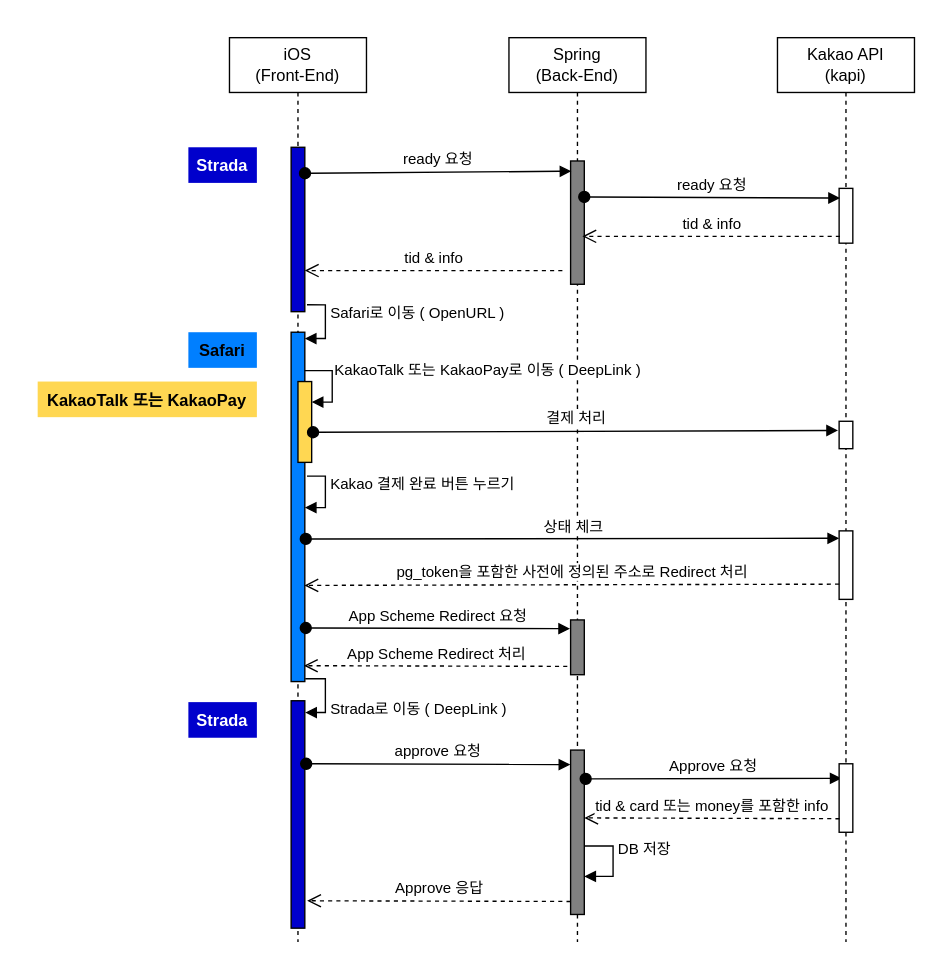
Above: assets/KakaoPay API.drawio in Coffee-Street/Document (draw.io), before the change. Source tidied: cells renumbered, new cells numbered last; positions are measured from the earlier drawing's top-left corner, leaving out a move shared by most shapes. Both pictures are drawn from the tidied source at 137%, with x=0, y=0 at pixel (37, 37).
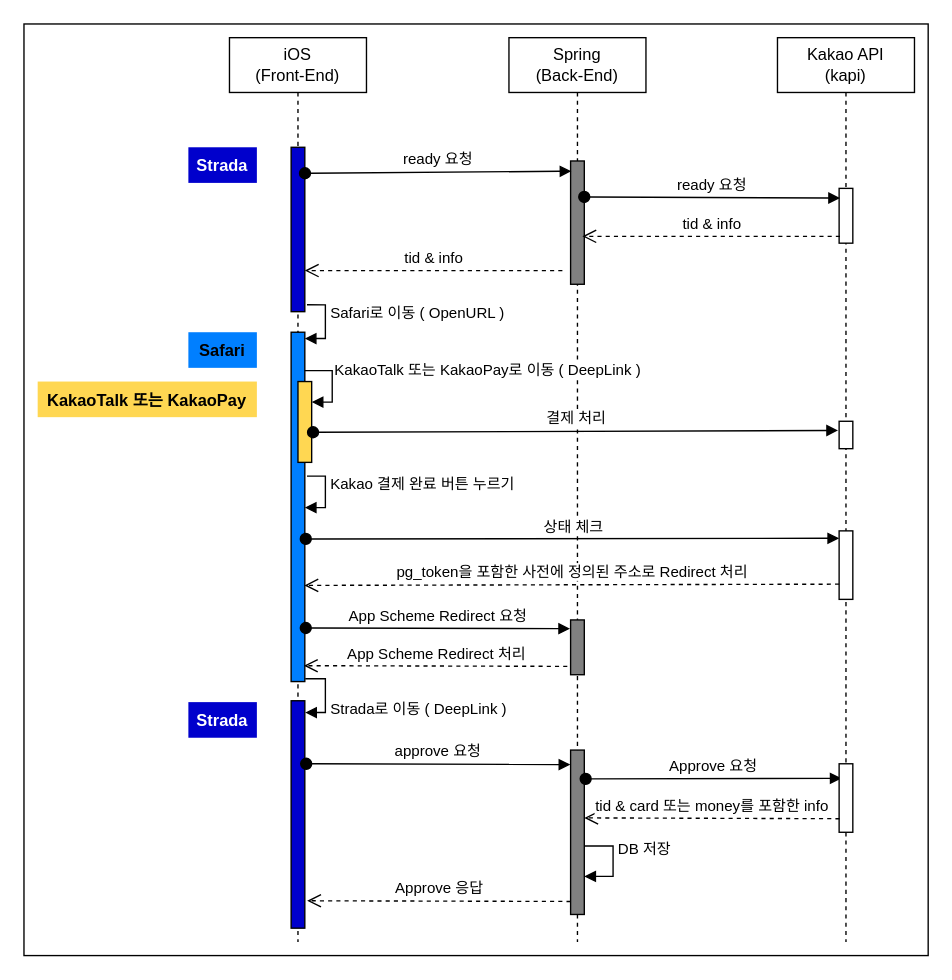
After the change.

Commit message (it also covers changes not shown here):
kakao api image update (#46)

What changed in the source:
```diff
@@
+    <mxCell id="38" style="rounded=0;whiteSpace=wrap;html=1;" parent="1" vertex="1">
+      <mxGeometry x="-10" y="-10" width="660" height="680" as="geometry" />
+    </mxCell>
```
